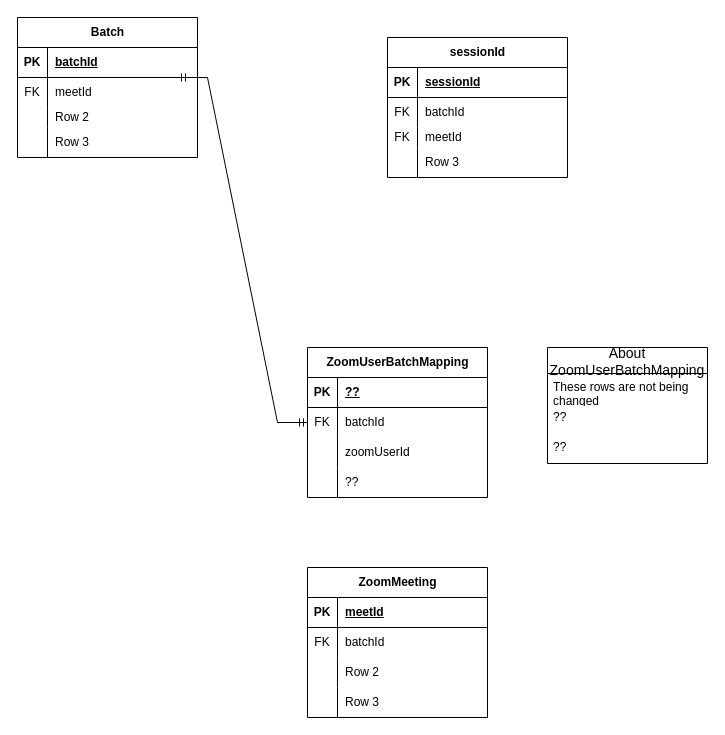
The draw.io diagram iECHOBatchIDMismatch.drawio in wardance-ferret/drawio, before the edit. Source tidied: cells renumbered, new cells numbered last; positions are measured from the earlier drawing's top-left corner, leaving out a move shared by most shapes. Both pictures are drawn from the tidied source at 100%, with x=0, y=0 at pixel (-393, 17).
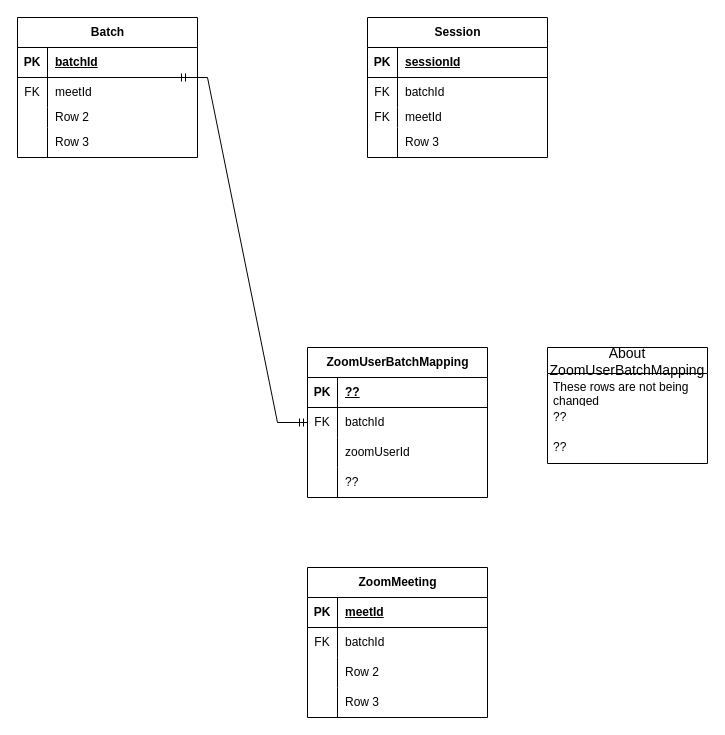
The same diagram, later.

What changed in the source:
```diff
@@
-    <mxCell id="46" value="sessionId" style="shape=table;startSize=30;childLayout=tableLayout;rowLines=0;fontStyle=1;align=center;html=1;" parent="1" vertex="1">
-      <mxGeometry x="780" y="20" width="180" height="140" as="geometry" />
+    <mxCell id="46" value="Session" style="shape=table;startSize=30;childLayout=tableLayout;rowLines=0;fontStyle=1;align=center;html=1;" parent="1" vertex="1">
+      <mxGeometry x="760" width="180" height="140" as="geometry" />
     </mxCell>
```
